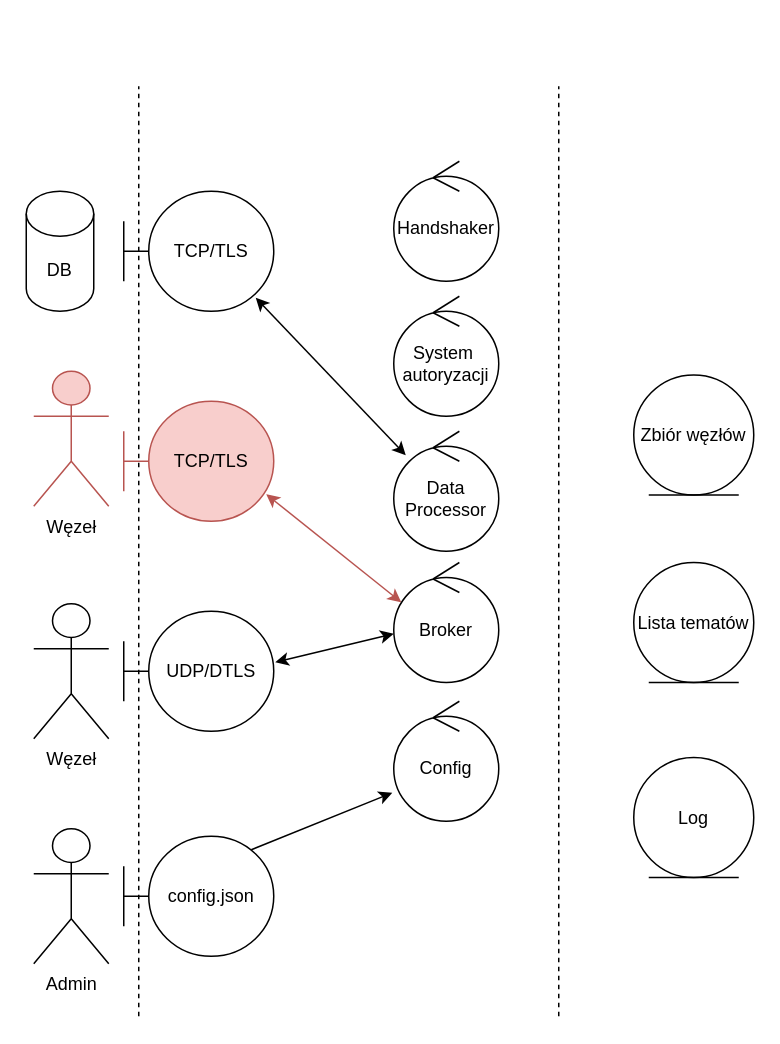
Before: page "components" (6 of 13) of przypadki-uzycia/use-cases.drawio in pastor356/inz, a draw.io diagram. Source tidied: cells renumbered, new cells numbered last; positions are measured from the earlier drawing's top-left corner, leaving out a move shared by most shapes. Both pictures are drawn from the tidied source at 150%, with x=0, y=0 at pixel (26, 86).
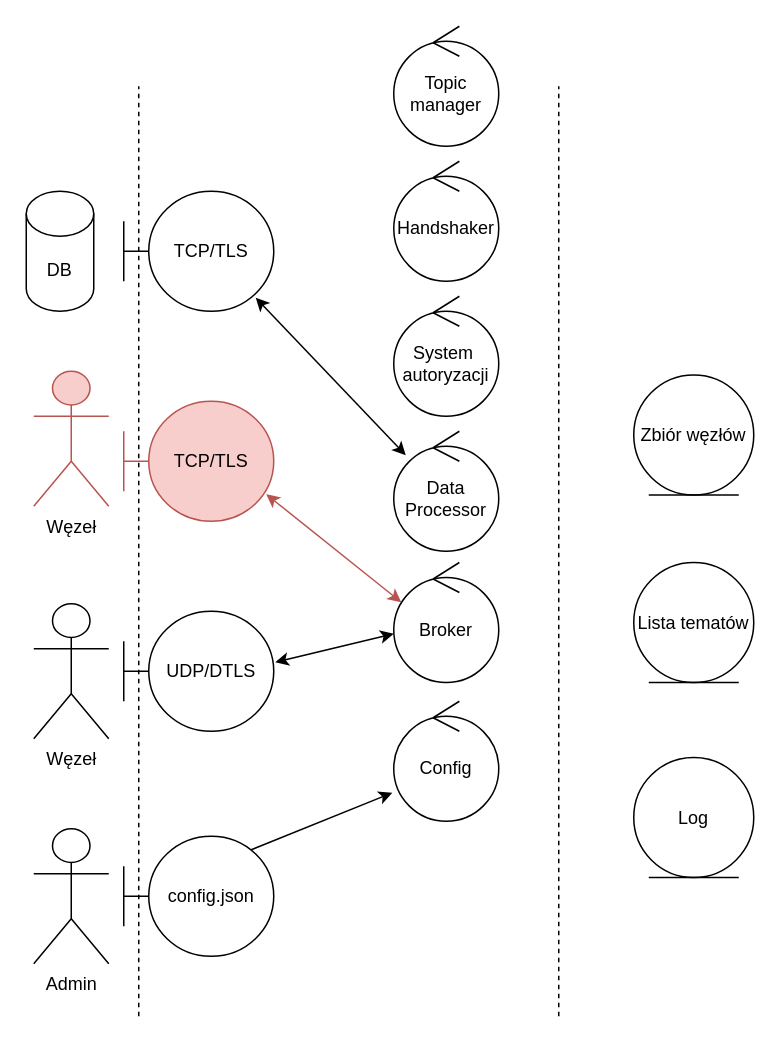
Above is the later version.

What changed in the source:
```diff
@@
+    <mxCell id="24" value="Topic&lt;div&gt;manager&lt;/div&gt;" style="ellipse;shape=umlControl;whiteSpace=wrap;html=1;" parent="1" vertex="1">
+      <mxGeometry x="245" y="-40" width="70" height="80" as="geometry" />
+    </mxCell>
```
